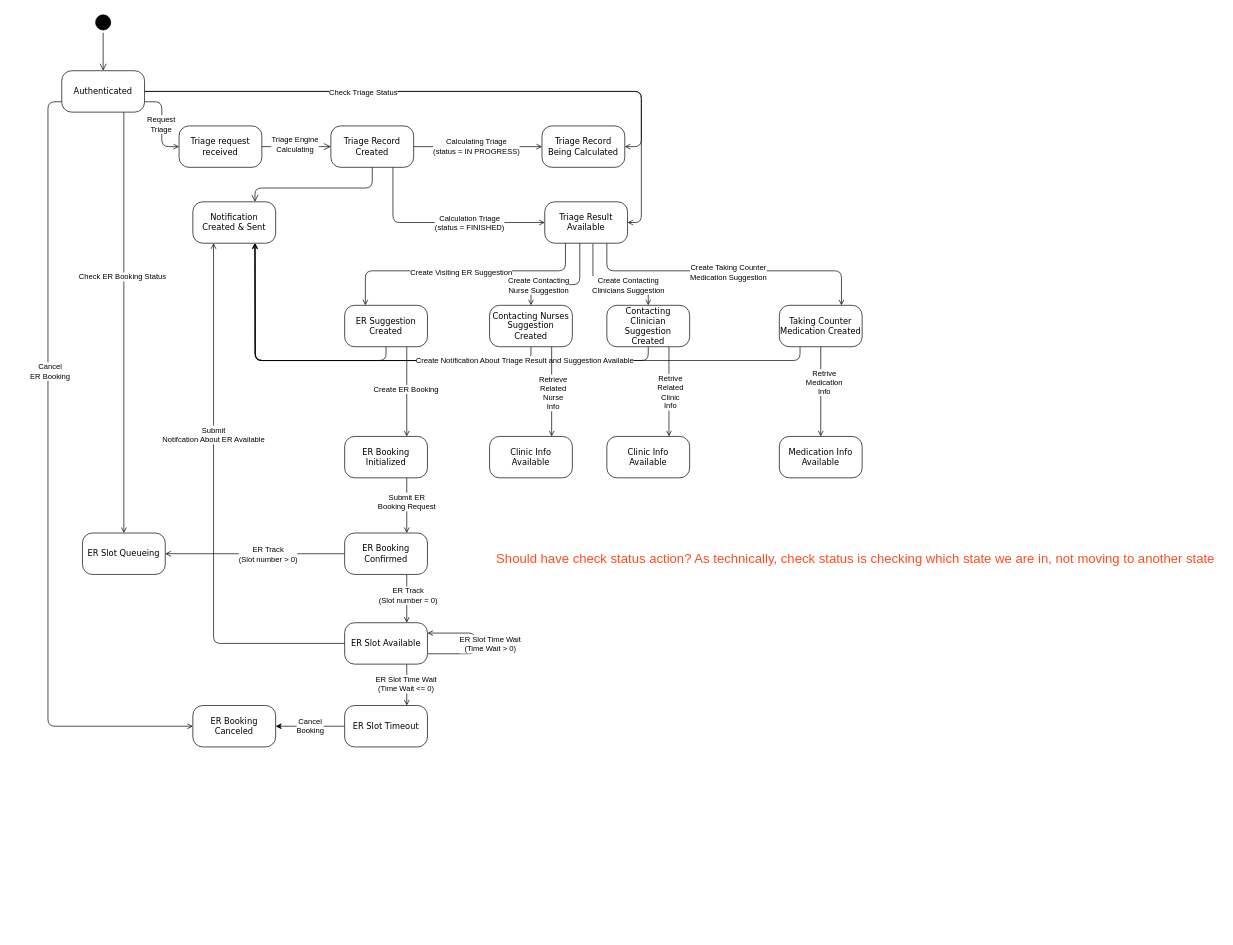
Above: Diagrams/state_diagram_health_svc.drawio in uvic-teach/project-m1-team8 (draw.io), before the change. Source tidied: cells renumbered, new cells numbered last; positions are measured from the earlier drawing's top-left corner, leaving out a move shared by most shapes. Both pictures are drawn from the tidied source at 69%, with x=0, y=0 at pixel (61, 12).
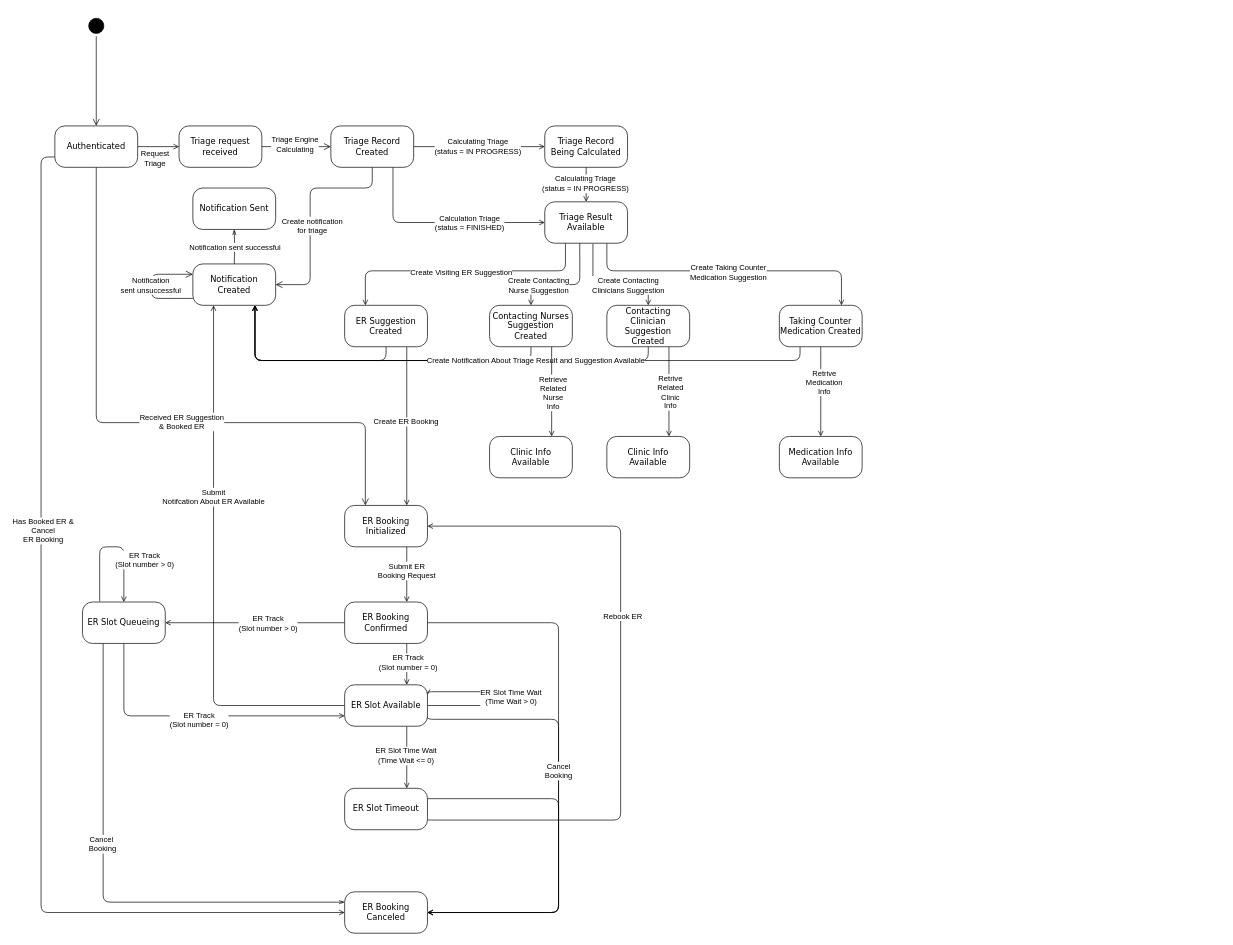
The same diagram, later.

The change refers to these unchanged cells:
```xml
<mxCell id="4" value="&lt;div&gt;Triage request&lt;/div&gt;&lt;div&gt;received&lt;br&gt;&lt;/div&gt;" style="rounded=1;whiteSpace=wrap;html=1;arcSize=24;shadow=0;comic=0;labelBackgroundColor=none;fontFamily=Verdana;fontSize=12;align=center;" parent="1" vertex="1">
  <mxGeometry x="170" y="165" width="120" height="60" as="geometry" />
</mxCell>
<mxCell id="9" value="&lt;div&gt;Triage Record&lt;/div&gt;&lt;div&gt;Created&lt;br&gt;&lt;/div&gt;" style="rounded=1;whiteSpace=wrap;html=1;arcSize=24;shadow=0;comic=0;labelBackgroundColor=none;fontFamily=Verdana;fontSize=12;align=center;" parent="1" vertex="1">
  <mxGeometry x="390" y="165" width="120" height="60" as="geometry" />
</mxCell>
<mxCell id="18" value="&lt;div&gt;Triage Result&lt;/div&gt;&lt;div&gt;Available&lt;br&gt;&lt;/div&gt;" style="rounded=1;whiteSpace=wrap;html=1;arcSize=24;shadow=0;comic=0;labelBackgroundColor=none;fontFamily=Verdana;fontSize=12;align=center;" parent="1" vertex="1">
  <mxGeometry x="700" y="275" width="120" height="60" as="geometry" />
</mxCell>
<mxCell id="30" style="edgeStyle=orthogonalEdgeStyle;rounded=1;jettySize=auto;html=1;exitX=0;exitY=0.75;exitDx=0;exitDy=0;entryX=0;entryY=0.5;entryDx=0;entryDy=0;endArrow=open;endFill=0;" parent="1" edge="1" source="32" target="73">
  <mxGeometry relative="1" as="geometry" />
</mxCell>
<mxCell id="36" value="&lt;div&gt;ER Suggestion&lt;/div&gt;&lt;div&gt;Created&lt;br&gt;&lt;/div&gt;" style="rounded=1;whiteSpace=wrap;html=1;arcSize=24;shadow=0;comic=0;labelBackgroundColor=none;fontFamily=Verdana;fontSize=12;align=center;" parent="1" vertex="1">
  <mxGeometry x="410" y="425" width="120" height="60" as="geometry" />
</mxCell>
<mxCell id="40" value="&lt;div&gt;Contacting Clinician Suggestion&lt;/div&gt;&lt;div&gt;Created&lt;br&gt;&lt;/div&gt;" style="rounded=1;whiteSpace=wrap;html=1;arcSize=24;shadow=0;comic=0;labelBackgroundColor=none;fontFamily=Verdana;fontSize=12;align=center;" parent="1" vertex="1">
  <mxGeometry x="790" y="425" width="120" height="60" as="geometry" />
</mxCell>
<mxCell id="47" value="&lt;div&gt;Contacting Nurses Suggestion&lt;/div&gt;&lt;div&gt;Created&lt;br&gt;&lt;/div&gt;" style="rounded=1;whiteSpace=wrap;html=1;arcSize=24;shadow=0;comic=0;labelBackgroundColor=none;fontFamily=Verdana;fontSize=12;align=center;" parent="1" vertex="1">
  <mxGeometry x="620" y="425" width="120" height="60" as="geometry" />
</mxCell>
```

The edit, as a diff of the source:
```diff
@@
     <mxCell id="2" style="ellipse;html=1;shape=startState;fillColor=#000000;strokeColor=#000000;rounded=1;shadow=0;comic=0;labelBackgroundColor=none;fontFamily=Verdana;fontSize=12;fontColor=#000000;align=center;direction=south;" parent="1" vertex="1">
-      <mxGeometry x="45" width="30" height="30" as="geometry" />
+      <mxGeometry x="35" y="5" width="30" height="30" as="geometry" />
     </mxCell>
+    <mxCell id="75" style="edgeStyle=orthogonalEdgeStyle;rounded=0;jettySize=auto;html=1;exitX=0.5;exitY=0;exitDx=0;exitDy=0;entryX=0.5;entryY=1;entryDx=0;entryDy=0;endArrow=openThin;endFill=0;" parent="1" edge="1" target="87">
+      <mxGeometry relative="1" as="geometry">
+        <mxPoint x="250" y="365" as="sourcePoint" />
+      </mxGeometry>
+    </mxCell>
+    <mxCell id="76" value="Notification sent successful" style="edgeLabel;html=1;align=center;verticalAlign=middle;" parent="75" vertex="1">
+      <mxGeometry x="0.27" relative="1" as="geometry">
+        <mxPoint y="7" as="offset" />
+      </mxGeometry>
+    </mxCell>
-    <mxCell id="3" value="Notification Created &amp;amp; Sent" style="rounded=1;whiteSpace=wrap;html=1;arcSize=24;shadow=0;comic=0;labelBackgroundColor=none;fontFamily=Verdana;fontSize=12;align=center;" parent="1" vertex="1">
-      <mxGeometry x="190" y="275" width="120" height="60" as="geometry" />
+    <mxCell id="3" value="Notification Created" style="rounded=1;whiteSpace=wrap;html=1;arcSize=24;shadow=0;comic=0;labelBackgroundColor=none;fontFamily=Verdana;fontSize=12;align=center;" parent="1" vertex="1">
+      <mxGeometry x="190" y="365" width="120" height="60" as="geometry" />
     </mxCell>
@@
-    <mxCell id="22" style="edgeStyle=orthogonalEdgeStyle;html=1;entryX=0.75;entryY=0;labelBackgroundColor=none;endArrow=open;endSize=8;fontFamily=Verdana;fontSize=12;align=left;exitX=0.5;exitY=1;" parent="1" edge="1" source="9" target="3">
+    <mxCell id="22" style="edgeStyle=orthogonalEdgeStyle;html=1;labelBackgroundColor=none;endArrow=open;endSize=8;fontFamily=Verdana;fontSize=12;align=left;exitX=0.5;exitY=1;entryX=1;entryY=0.5;entryDx=0;entryDy=0;" parent="1" edge="1" source="9" target="3">
       <mxGeometry relative="1" as="geometry">
         <Array as="points">
           <mxPoint x="450" y="255" />
-          <mxPoint x="280" y="255" />
+          <mxPoint x="360" y="255" />
+          <mxPoint x="360" y="395" />
         </Array>
       </mxGeometry>
     </mxCell>
+    <mxCell id="77" value="&lt;div&gt;Create notification&lt;/div&gt;&lt;div&gt;for triage&lt;br&gt;&lt;/div&gt;" style="edgeLabel;html=1;align=center;verticalAlign=middle;" parent="22" vertex="1">
+      <mxGeometry x="0.12" y="2" relative="1" as="geometry" />
+    </mxCell>
-    <mxCell id="23" style="edgeStyle=orthogonalEdgeStyle;rounded=1;jettySize=auto;html=1;exitX=1;exitY=0.75;exitDx=0;exitDy=0;entryX=0;entryY=0.5;entryDx=0;entryDy=0;endArrow=open;endFill=0;" parent="1" edge="1" source="32" target="4">
+    <mxCell id="23" style="edgeStyle=orthogonalEdgeStyle;rounded=1;jettySize=auto;html=1;exitX=1;exitY=0.5;exitDx=0;exitDy=0;entryX=0;entryY=0.5;entryDx=0;entryDy=0;endArrow=open;endFill=0;" parent="1" edge="1" source="32" target="4">
       <mxGeometry relative="1" as="geometry" />
     </mxCell>
@@
-    <mxCell id="25" style="edgeStyle=orthogonalEdgeStyle;rounded=1;jettySize=auto;html=1;exitX=0.75;exitY=1;exitDx=0;exitDy=0;entryX=0.5;entryY=0;entryDx=0;entryDy=0;endArrow=open;endFill=0;" parent="1" edge="1" source="32" target="68">
-      <mxGeometry relative="1" as="geometry" />
-    </mxCell>
-    <mxCell id="26" value="Check ER Booking Status" style="edgeLabel;html=1;align=center;verticalAlign=middle;" parent="25" vertex="1">
-      <mxGeometry x="-0.22" y="-3" relative="1" as="geometry" />
-    </mxCell>
-    <mxCell id="27" style="edgeStyle=orthogonalEdgeStyle;rounded=1;jettySize=auto;html=1;exitX=1;exitY=0.5;exitDx=0;exitDy=0;entryX=1;entryY=0.5;entryDx=0;entryDy=0;endArrow=open;endFill=0;" parent="1" edge="1" source="32" target="69">
-      <mxGeometry relative="1" as="geometry">
-        <Array as="points">
-          <mxPoint x="840" y="115" />
-          <mxPoint x="840" y="195" />
-        </Array>
-      </mxGeometry>
-    </mxCell>
-    <mxCell id="28" style="edgeStyle=orthogonalEdgeStyle;rounded=1;jettySize=auto;html=1;exitX=1;exitY=0.5;exitDx=0;exitDy=0;entryX=1;entryY=0.5;entryDx=0;entryDy=0;endArrow=open;endFill=0;" parent="1" edge="1" source="32" target="18">
-      <mxGeometry relative="1" as="geometry">
-        <Array as="points">
-          <mxPoint x="840" y="115" />
-          <mxPoint x="840" y="305" />
-        </Array>
-      </mxGeometry>
-    </mxCell>
-    <mxCell id="29" value="Check Triage Status" style="edgeLabel;html=1;align=center;verticalAlign=middle;" parent="28" vertex="1">
-      <mxGeometry x="-0.32" relative="1" as="geometry" />
-    </mxCell>
@@
-    <mxCell id="31" value="&lt;div&gt;Cancel&lt;/div&gt;&lt;div&gt;ER Booking&lt;br&gt;&lt;/div&gt;" style="edgeLabel;html=1;align=center;verticalAlign=middle;" parent="30" vertex="1">
+    <mxCell id="31" value="Has Booked ER &amp;amp;&lt;br&gt;&lt;div&gt;Cancel&lt;/div&gt;&lt;div&gt;ER Booking&lt;br&gt;&lt;/div&gt;" style="edgeLabel;html=1;align=center;verticalAlign=middle;" parent="30" vertex="1">
       <mxGeometry x="-0.28" y="2" relative="1" as="geometry">
         <mxPoint y="1" as="offset" />
       </mxGeometry>
     </mxCell>
     <mxCell id="32" value="Authenticated" style="rounded=1;whiteSpace=wrap;html=1;arcSize=24;shadow=0;comic=0;labelBackgroundColor=none;fontFamily=Verdana;fontSize=12;align=center;" parent="1" vertex="1">
-      <mxGeometry y="85" width="120" height="60" as="geometry" />
+      <mxGeometry x="-10" y="165" width="120" height="60" as="geometry" />
     </mxCell>
     <mxCell id="33" style="edgeStyle=orthogonalEdgeStyle;rounded=1;jettySize=auto;html=1;exitX=0.5;exitY=1;exitDx=0;exitDy=0;endArrow=open;endFill=0;" parent="1" edge="1" source="36">
       <mxGeometry relative="1" as="geometry">
-        <mxPoint x="280" y="335" as="targetPoint" />
+        <mxPoint x="280" y="425" as="targetPoint" />
+        <Array as="points">
+          <mxPoint x="470" y="505" />
+          <mxPoint x="280" y="505" />
+        </Array>
       </mxGeometry>
     </mxCell>
@@
     <mxCell id="37" style="edgeStyle=orthogonalEdgeStyle;rounded=1;jettySize=auto;html=1;exitX=0.5;exitY=1;exitDx=0;exitDy=0;endArrow=open;endFill=0;" parent="1" edge="1" source="40">
       <mxGeometry relative="1" as="geometry">
-        <mxPoint x="280" y="335" as="targetPoint" />
+        <mxPoint x="280" y="425" as="targetPoint" />
+        <Array as="points">
+          <mxPoint x="850" y="505" />
+          <mxPoint x="280" y="505" />
+        </Array>
       </mxGeometry>
     </mxCell>
@@
-    <mxCell id="43" style="edgeStyle=orthogonalEdgeStyle;rounded=1;jettySize=auto;html=1;exitX=0.5;exitY=1;exitDx=0;exitDy=0;endArrow=open;endFill=0;" parent="1" edge="1" source="47">
-      <mxGeometry relative="1" as="geometry">
-        <mxPoint x="280" y="335" as="targetPoint" />
-      </mxGeometry>
+    <mxCell id="43" style="edgeStyle=orthogonalEdgeStyle;rounded=1;jettySize=auto;html=1;exitX=0.5;exitY=1;exitDx=0;exitDy=0;endArrow=open;endFill=0;entryX=0.75;entryY=1;entryDx=0;entryDy=0;" parent="1" edge="1" source="47" target="3">
+      <mxGeometry relative="1" as="geometry" />
     </mxCell>
@@
     <mxCell id="55" value="&lt;div&gt;ER Booking&lt;/div&gt;&lt;div&gt;Initialized&lt;br&gt;&lt;/div&gt;" style="rounded=1;whiteSpace=wrap;html=1;arcSize=24;shadow=0;comic=0;labelBackgroundColor=none;fontFamily=Verdana;fontSize=12;align=center;" parent="1" vertex="1">
-      <mxGeometry x="410" y="615" width="120" height="60" as="geometry" />
+      <mxGeometry x="410" y="715" width="120" height="60" as="geometry" />
     </mxCell>
@@
     <mxCell id="60" value="&lt;div&gt;ER Booking&lt;/div&gt;&lt;div&gt;Confirmed&lt;br&gt;&lt;/div&gt;" style="rounded=1;whiteSpace=wrap;html=1;arcSize=24;shadow=0;comic=0;labelBackgroundColor=none;fontFamily=Verdana;fontSize=12;align=center;" parent="1" vertex="1">
-      <mxGeometry x="410" y="755" width="120" height="60" as="geometry" />
+      <mxGeometry x="410" y="855" width="120" height="60" as="geometry" />
     </mxCell>
@@
-    <mxCell id="65" style="edgeStyle=orthogonalEdgeStyle;rounded=1;orthogonalLoop=1;jettySize=auto;html=1;exitX=1;exitY=0.75;exitDx=0;exitDy=0;entryX=1;entryY=0.25;entryDx=0;entryDy=0;endArrow=open;endFill=0;" parent="1" edge="1" source="67" target="67">
+    <mxCell id="65" style="edgeStyle=orthogonalEdgeStyle;rounded=1;orthogonalLoop=1;jettySize=auto;html=1;exitX=1;exitY=0.5;exitDx=0;exitDy=0;entryX=1;entryY=0.25;entryDx=0;entryDy=0;endArrow=open;endFill=0;" parent="1" edge="1" source="67" target="67">
       <mxGeometry relative="1" as="geometry">
         <Array as="points">
-          <mxPoint x="600" y="930" />
-          <mxPoint x="600" y="900" />
+          <mxPoint x="630" y="1005" />
+          <mxPoint x="630" y="985" />
+          <mxPoint x="530" y="985" />
         </Array>
       </mxGeometry>
     </mxCell>
@@
+    <mxCell id="78" style="edgeStyle=orthogonalEdgeStyle;rounded=1;jettySize=auto;html=1;exitX=1;exitY=0.75;exitDx=0;exitDy=0;entryX=1;entryY=0.5;entryDx=0;entryDy=0;endArrow=open;endFill=0;" parent="1" edge="1" source="67" target="73">
+      <mxGeometry relative="1" as="geometry">
+        <Array as="points">
+          <mxPoint x="530" y="1025" />
+          <mxPoint x="720" y="1025" />
+          <mxPoint x="720" y="1305" />
+        </Array>
+      </mxGeometry>
+    </mxCell>
     <mxCell id="67" value="ER Slot Available" style="rounded=1;whiteSpace=wrap;html=1;arcSize=24;shadow=0;comic=0;labelBackgroundColor=none;fontFamily=Verdana;fontSize=12;align=center;" parent="1" vertex="1">
-      <mxGeometry x="410" y="885" width="120" height="60" as="geometry" />
+      <mxGeometry x="410" y="975" width="120" height="60" as="geometry" />
     </mxCell>
+    <mxCell id="79" style="edgeStyle=orthogonalEdgeStyle;rounded=1;jettySize=auto;html=1;exitX=0.25;exitY=1;exitDx=0;exitDy=0;entryX=0;entryY=0.25;entryDx=0;entryDy=0;endArrow=openThin;endFill=0;" parent="1" edge="1" source="68" target="73">
+      <mxGeometry relative="1" as="geometry" />
+    </mxCell>
+    <mxCell id="80" value="&lt;div&gt;Cancel&amp;nbsp;&lt;/div&gt;&lt;div&gt;Booking&lt;/div&gt;" style="edgeLabel;html=1;align=center;verticalAlign=middle;" parent="79" vertex="1">
+      <mxGeometry x="-0.2" y="-2" relative="1" as="geometry" />
+    </mxCell>
     <mxCell id="68" value="ER Slot Queueing" style="rounded=1;whiteSpace=wrap;html=1;arcSize=24;shadow=0;comic=0;labelBackgroundColor=none;fontFamily=Verdana;fontSize=12;align=center;" parent="1" vertex="1">
-      <mxGeometry x="30" y="755" width="120" height="60" as="geometry" />
+      <mxGeometry x="30" y="855" width="120" height="60" as="geometry" />
     </mxCell>
     <mxCell id="69" value="&lt;div&gt;Triage Record&lt;/div&gt;&lt;div&gt;Being Calculated&lt;br&gt;&lt;/div&gt;" style="rounded=1;whiteSpace=wrap;html=1;arcSize=24;shadow=0;comic=0;labelBackgroundColor=none;fontFamily=Verdana;fontSize=12;align=center;" parent="1" vertex="1">
-      <mxGeometry x="696" y="165" width="120" height="60" as="geometry" />
+      <mxGeometry x="700" y="165" width="120" height="60" as="geometry" />
     </mxCell>
-    <mxCell id="70" style="edgeStyle=orthogonalEdgeStyle;rounded=0;jettySize=auto;html=1;exitX=0;exitY=0.5;exitDx=0;exitDy=0;entryX=1;entryY=0.5;entryDx=0;entryDy=0;" parent="1" edge="1" source="72" target="73">
-      <mxGeometry relative="1" as="geometry" />
+    <mxCell id="70" style="edgeStyle=orthogonalEdgeStyle;rounded=1;jettySize=auto;html=1;exitX=1;exitY=0.25;exitDx=0;exitDy=0;entryX=1;entryY=0.5;entryDx=0;entryDy=0;endArrow=open;endFill=0;" parent="1" edge="1" source="72" target="73">
+      <mxGeometry relative="1" as="geometry">
+        <Array as="points">
+          <mxPoint x="720" y="1140" />
+          <mxPoint x="720" y="1305" />
+        </Array>
+      </mxGeometry>
     </mxCell>
-    <mxCell id="71" value="&lt;div&gt;Cancel &lt;br&gt;&lt;/div&gt;&lt;div&gt;Booking&lt;/div&gt;" style="edgeLabel;html=1;align=center;verticalAlign=middle;" parent="70" vertex="1">
-      <mxGeometry x="0.01" y="-1" relative="1" as="geometry" />
-    </mxCell>
+    <mxCell id="81" style="edgeStyle=orthogonalEdgeStyle;rounded=1;jettySize=auto;html=1;exitX=1;exitY=0.75;exitDx=0;exitDy=0;entryX=1;entryY=0.5;entryDx=0;entryDy=0;endArrow=open;endFill=0;" parent="1" edge="1" source="72" target="55">
+      <mxGeometry relative="1" as="geometry">
+        <Array as="points">
+          <mxPoint x="810" y="1171" />
+          <mxPoint x="810" y="745" />
+        </Array>
+      </mxGeometry>
+    </mxCell>
+    <mxCell id="82" value="Rebook ER" style="edgeLabel;html=1;align=center;verticalAlign=middle;" parent="81" vertex="1">
+      <mxGeometry x="0.17" y="-2" relative="1" as="geometry" />
+    </mxCell>
     <mxCell id="72" value="ER Slot Timeout" style="rounded=1;whiteSpace=wrap;html=1;arcSize=24;shadow=0;comic=0;labelBackgroundColor=none;fontFamily=Verdana;fontSize=12;align=center;" parent="1" vertex="1">
-      <mxGeometry x="410" y="1005" width="120" height="60" as="geometry" />
+      <mxGeometry x="410" y="1125" width="120" height="60" as="geometry" />
     </mxCell>
     <mxCell id="73" value="&lt;div&gt;ER Booking&lt;/div&gt;&lt;div&gt;Canceled&lt;br&gt;&lt;/div&gt;" style="rounded=1;whiteSpace=wrap;html=1;arcSize=24;shadow=0;comic=0;labelBackgroundColor=none;fontFamily=Verdana;fontSize=12;align=center;" parent="1" vertex="1">
-      <mxGeometry x="190" y="1005" width="120" height="60" as="geometry" />
+      <mxGeometry x="410" y="1275" width="120" height="60" as="geometry" />
     </mxCell>
-    <mxCell id="74" value="&lt;div style=&quot;font-size: 19px;&quot;&gt;&lt;font style=&quot;font-size: 19px;&quot; color=&quot;#FF4B1F&quot;&gt;Should have check status action? As technically, check status is checking which state we are in, not moving to another state&lt;/font&gt;&lt;/div&gt;&lt;div&gt;&lt;font color=&quot;#FF4B1F&quot;&gt;&lt;br&gt;&lt;/font&gt;&lt;/div&gt;" style="text;html=1;align=center;verticalAlign=middle;strokeColor=none;fillColor=none;" parent="1" vertex="1">
-      <mxGeometry x="620" y="775" width="1060" height="50" as="geometry" />
-    </mxCell>
+    <mxCell id="83" style="edgeStyle=orthogonalEdgeStyle;rounded=1;jettySize=auto;html=1;entryX=0;entryY=0.75;entryDx=0;entryDy=0;endArrow=open;endFill=0;exitX=0.5;exitY=1;exitDx=0;exitDy=0;" parent="1" edge="1" source="68" target="67">
+      <mxGeometry relative="1" as="geometry">
+        <Array as="points">
+          <mxPoint x="90" y="1020" />
+        </Array>
+      </mxGeometry>
+    </mxCell>
+    <mxCell id="84" value="&lt;div&gt;ER Track&lt;/div&gt;&lt;div&gt;(Slot number = 0)&lt;br&gt;&lt;/div&gt;" style="edgeLabel;html=1;align=center;verticalAlign=middle;" parent="83" vertex="1">
+      <mxGeometry x="-0.31" y="1" relative="1" as="geometry">
+        <mxPoint x="66" y="6" as="offset" />
+      </mxGeometry>
+    </mxCell>
+    <mxCell id="85" style="edgeStyle=orthogonalEdgeStyle;rounded=1;orthogonalLoop=1;jettySize=auto;html=1;endArrow=open;endFill=0;exitX=0.208;exitY=-0.014;exitDx=0;exitDy=0;exitPerimeter=0;" parent="1" edge="1" source="68" target="68">
+      <mxGeometry relative="1" as="geometry">
+        <Array as="points">
+          <mxPoint x="55" y="775" />
+          <mxPoint x="90" y="775" />
+        </Array>
+      </mxGeometry>
+    </mxCell>
+    <mxCell id="86" value="&lt;div&gt;ER Track&lt;/div&gt;&lt;div&gt;(Slot number &amp;gt; 0)&lt;br&gt;&lt;/div&gt;" style="edgeLabel;html=1;align=center;verticalAlign=middle;" parent="85" vertex="1">
+      <mxGeometry x="-0.31" y="1" relative="1" as="geometry">
+        <mxPoint x="66" y="6" as="offset" />
+      </mxGeometry>
+    </mxCell>
+    <mxCell id="87" value="Notification Sent" style="rounded=1;whiteSpace=wrap;html=1;arcSize=24;shadow=0;comic=0;labelBackgroundColor=none;fontFamily=Verdana;fontSize=12;align=center;" parent="1" vertex="1">
+      <mxGeometry x="190" y="255" width="120" height="60" as="geometry" />
+    </mxCell>
+    <mxCell id="88" style="edgeStyle=orthogonalEdgeStyle;html=1;labelBackgroundColor=none;endArrow=open;endSize=8;fontFamily=Verdana;fontSize=12;align=left;exitX=0;exitY=0.833;entryX=0;entryY=0.25;entryDx=0;entryDy=0;exitDx=0;exitDy=0;exitPerimeter=0;" parent="1" edge="1" source="3" target="3">
+      <mxGeometry relative="1" as="geometry">
+        <Array as="points">
+          <mxPoint x="130" y="415" />
+          <mxPoint x="130" y="380" />
+        </Array>
+      </mxGeometry>
+    </mxCell>
+    <mxCell id="89" value="&lt;div&gt;Notification&lt;/div&gt;&lt;div&gt;sent unsuccessful&lt;br&gt;&lt;/div&gt;" style="edgeLabel;html=1;align=center;verticalAlign=middle;" parent="88" vertex="1">
+      <mxGeometry x="0.12" y="2" relative="1" as="geometry">
+        <mxPoint y="7" as="offset" />
+      </mxGeometry>
+    </mxCell>
+    <mxCell id="90" style="edgeStyle=orthogonalEdgeStyle;html=1;labelBackgroundColor=none;endArrow=open;endSize=8;fontFamily=Verdana;fontSize=12;align=left;exitX=0.5;exitY=1;exitDx=0;exitDy=0;entryX=0.25;entryY=0;entryDx=0;entryDy=0;" parent="1" edge="1" source="32" target="55">
+      <mxGeometry relative="1" as="geometry">
+        <Array as="points">
+          <mxPoint x="50" y="595" />
+          <mxPoint x="440" y="595" />
+        </Array>
+      </mxGeometry>
+    </mxCell>
+    <mxCell id="91" value="&lt;div&gt;Received ER Suggestion&lt;/div&gt;&lt;div&gt;&amp;amp; Booked ER&lt;br&gt; &lt;/div&gt;" style="edgeLabel;html=1;align=center;verticalAlign=middle;" parent="90" vertex="1">
+      <mxGeometry x="0.12" y="2" relative="1" as="geometry" />
+    </mxCell>
+    <mxCell id="92" style="edgeStyle=orthogonalEdgeStyle;rounded=1;jettySize=auto;html=1;exitX=1;exitY=0.5;exitDx=0;exitDy=0;entryX=1;entryY=0.5;entryDx=0;entryDy=0;endArrow=open;endFill=0;" parent="1" edge="1" source="60" target="73">
+      <mxGeometry relative="1" as="geometry">
+        <Array as="points">
+          <mxPoint x="720" y="885" />
+          <mxPoint x="720" y="1305" />
+        </Array>
+      </mxGeometry>
+    </mxCell>
+    <mxCell id="71" value="&lt;div&gt;Cancel &lt;br&gt;&lt;/div&gt;&lt;div&gt;Booking&lt;/div&gt;" style="edgeLabel;html=1;align=center;verticalAlign=middle;" parent="92" vertex="1">
+      <mxGeometry x="0.01" y="-1" relative="1" as="geometry" />
+    </mxCell>
+    <mxCell id="93" style="edgeStyle=orthogonalEdgeStyle;rounded=1;jettySize=auto;html=1;exitX=0.5;exitY=1;exitDx=0;exitDy=0;entryX=0.5;entryY=0;entryDx=0;entryDy=0;endArrow=open;endFill=0;" parent="1" edge="1" source="69" target="18">
+      <mxGeometry relative="1" as="geometry" />
+    </mxCell>
+    <mxCell id="94" value="&lt;div&gt;Calculating Triage&lt;/div&gt;&lt;div&gt;(status = IN PROGRESS)&lt;br&gt;&lt;/div&gt;" style="edgeLabel;html=1;align=center;verticalAlign=middle;" parent="93" vertex="1">
+      <mxGeometry x="-0.07" y="-6" relative="1" as="geometry">
+        <mxPoint x="4" as="offset" />
+      </mxGeometry>
+    </mxCell>
```
